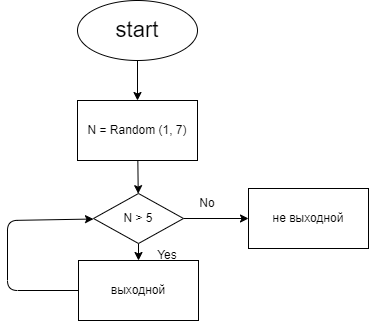
The draw.io diagram Ex003/diagram.drawio.png in YuVasilya/Home_work_2, before a commit. Source tidied: cells renumbered, new cells last; positions are measured from the earlier drawing's top-left corner, leaving out a move shared by most shapes.
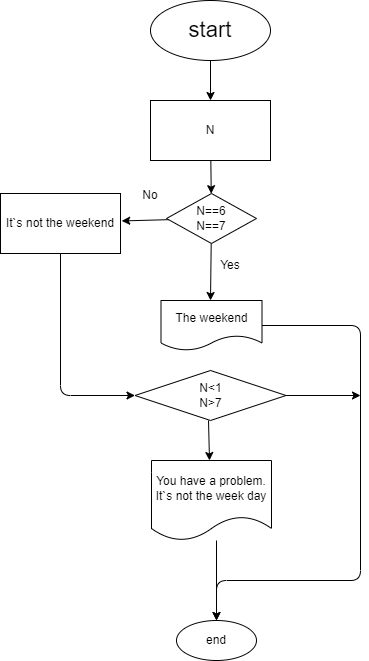
After the change.

The edit, as a diff of the source:
```diff
@@ -11,38 +11,74 @@
     <mxCell id="4" style="edgeStyle=none;html=1;fontSize=22;" parent="1" edge="1" source="5" target="8">
       <mxGeometry relative="1" as="geometry" />
     </mxCell>
-    <mxCell id="5" value="N = Random (1, 7)" style="whiteSpace=wrap;html=1;" parent="1" vertex="1">
+    <mxCell id="5" value="N" style="whiteSpace=wrap;html=1;" parent="1" vertex="1">
       <mxGeometry x="70" y="100" width="120" height="60" as="geometry" />
     </mxCell>
-    <mxCell id="6" style="edgeStyle=none;html=1;fontSize=22;" parent="1" edge="1" source="8" target="9">
-      <mxGeometry relative="1" as="geometry" />
+    <mxCell id="6" style="edgeStyle=none;html=1;fontSize=22;entryX=0.5;entryY=0;entryDx=0;entryDy=0;" parent="1" edge="1" source="8">
+      <mxGeometry relative="1" as="geometry">
+        <mxPoint x="130" y="300" as="targetPoint" />
+      </mxGeometry>
     </mxCell>
-    <mxCell id="7" style="edgeStyle=none;html=1;fontSize=22;" parent="1" edge="1" source="8" target="10">
-      <mxGeometry relative="1" as="geometry" />
+    <mxCell id="7" style="edgeStyle=none;html=1;fontSize=22;entryX=1.01;entryY=0.343;entryDx=0;entryDy=0;entryPerimeter=0;" parent="1" edge="1" source="8">
+      <mxGeometry relative="1" as="geometry">
+        <mxPoint x="41.2" y="220.4" as="targetPoint" />
+      </mxGeometry>
     </mxCell>
-    <mxCell id="8" value="N &amp;gt; 5" style="rhombus;whiteSpace=wrap;html=1;" parent="1" vertex="1">
+    <mxCell id="8" value="N==6&lt;br&gt;N==7" style="rhombus;whiteSpace=wrap;html=1;" parent="1" vertex="1">
       <mxGeometry x="86" y="193" width="90" height="50" as="geometry" />
     </mxCell>
-    <mxCell id="9" value="выходной" style="whiteSpace=wrap;html=1;" parent="1" vertex="1">
-      <mxGeometry x="71" y="260" width="120" height="60" as="geometry" />
-    </mxCell>
-    <mxCell id="10" value="не выходной" style="whiteSpace=wrap;html=1;" parent="1" vertex="1">
-      <mxGeometry x="241" y="188" width="120" height="60" as="geometry" />
-    </mxCell>
-    <mxCell id="11" style="endArrow=classic;html=1;fontSize=22;exitX=0;exitY=0.5;exitDx=0;exitDy=0;" parent="1" edge="1" source="9">
-      <mxGeometry relative="1" as="geometry">
-        <mxPoint x="86" y="218.5" as="targetPoint" />
-        <Array as="points">
-          <mxPoint y="290" />
-          <mxPoint y="220" />
-        </Array>
-      </mxGeometry>
-    </mxCell>
     <mxCell id="12" value="Yes" style="text;html=1;strokeColor=none;fillColor=none;align=center;verticalAlign=middle;whiteSpace=wrap;rounded=0;" parent="1" vertex="1">
-      <mxGeometry x="130" y="240" width="60" height="30" as="geometry" />
+      <mxGeometry x="120" y="250" width="60" height="30" as="geometry" />
     </mxCell>
     <mxCell id="13" value="No" style="text;html=1;strokeColor=none;fillColor=none;align=center;verticalAlign=middle;whiteSpace=wrap;rounded=0;" parent="1" vertex="1">
-      <mxGeometry x="170" y="188" width="60" height="30" as="geometry" />
+      <mxGeometry x="40" y="180" width="60" height="30" as="geometry" />
     </mxCell>
+    <mxCell id="14" style="edgeStyle=none;html=1;" parent="1" edge="1" target="21">
+      <mxGeometry relative="1" as="geometry">
+        <mxPoint x="136" y="540" as="sourcePoint" />
+      </mxGeometry>
+    </mxCell>
+    <mxCell id="15" value="You have a problem. It`s not the week day" style="shape=document;whiteSpace=wrap;html=1;boundedLbl=1;" parent="1" vertex="1">
+      <mxGeometry x="71" y="460" width="120" height="80" as="geometry" />
+    </mxCell>
+    <mxCell id="16" style="endArrow=classic;html=1;entryX=0;entryY=0.5;entryDx=0;entryDy=0;exitX=0.5;exitY=1;exitDx=0;exitDy=0;" parent="1" edge="1" source="20" target="18">
+      <mxGeometry relative="1" as="geometry">
+        <Array as="points">
+          <mxPoint x="-20" y="395" />
+        </Array>
+      </mxGeometry>
+    </mxCell>
+    <mxCell id="17" style="edgeStyle=none;html=1;exitX=1;exitY=0.5;exitDx=0;exitDy=0;" parent="1" edge="1" source="18">
+      <mxGeometry relative="1" as="geometry">
+        <mxPoint x="280" y="395" as="targetPoint" />
+      </mxGeometry>
+    </mxCell>
+    <mxCell id="18" value="N&amp;lt;1&lt;br&gt;N&amp;gt;7" style="rhombus;whiteSpace=wrap;html=1;" parent="1" vertex="1">
+      <mxGeometry x="54.5" y="370" width="151" height="50" as="geometry" />
+    </mxCell>
+    <mxCell id="19" style="endArrow=classic;html=1;exitX=0.5;exitY=1;exitDx=0;exitDy=0;" parent="1" edge="1">
+      <mxGeometry relative="1" as="geometry">
+        <mxPoint x="128" y="420" as="sourcePoint" />
+        <mxPoint x="129" y="460" as="targetPoint" />
+      </mxGeometry>
+    </mxCell>
+    <mxCell id="20" value="&lt;span&gt;It`s not the weekend&lt;/span&gt;" style="rounded=0;whiteSpace=wrap;html=1;" parent="1" vertex="1">
+      <mxGeometry x="-80" y="193" width="120" height="60" as="geometry" />
+    </mxCell>
+    <mxCell id="21" value="end" style="ellipse;whiteSpace=wrap;html=1;" parent="1" vertex="1">
+      <mxGeometry x="96" y="620" width="80" height="40" as="geometry" />
+    </mxCell>
+    <mxCell id="22" style="endArrow=classic;html=1;exitX=1;exitY=0.5;exitDx=0;exitDy=0;entryX=0.5;entryY=0;entryDx=0;entryDy=0;" parent="1" edge="1" source="23" target="21">
+      <mxGeometry relative="1" as="geometry">
+        <Array as="points">
+          <mxPoint x="280" y="325" />
+          <mxPoint x="280" y="580" />
+          <mxPoint x="136" y="580" />
+        </Array>
+      </mxGeometry>
+    </mxCell>
+    <mxCell id="23" value="The weekend" style="shape=document;whiteSpace=wrap;html=1;boundedLbl=1;" parent="1" vertex="1">
+      <mxGeometry x="80.5" y="300" width="101" height="50" as="geometry" />
+    </mxCell>
   </root>
 </mxGraphModel>
```
